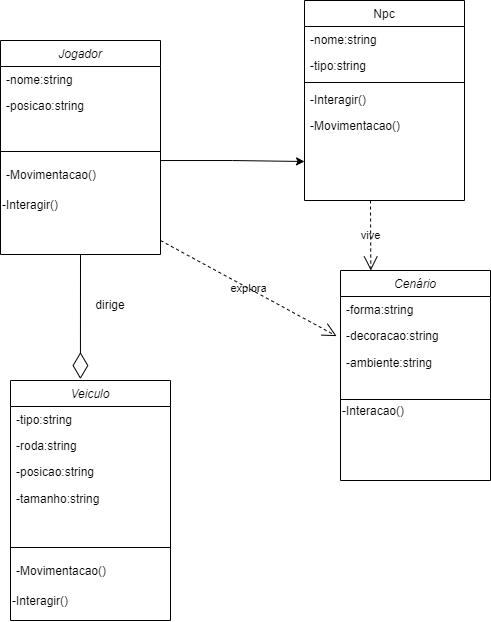
The draw.io diagram diagrama musical.drawio.png in lucasnoelgb/2jdprojetomusica, before a commit. Source tidied: cells renumbered, new cells last; positions are measured from the earlier drawing's top-left corner, leaving out a move shared by most shapes.
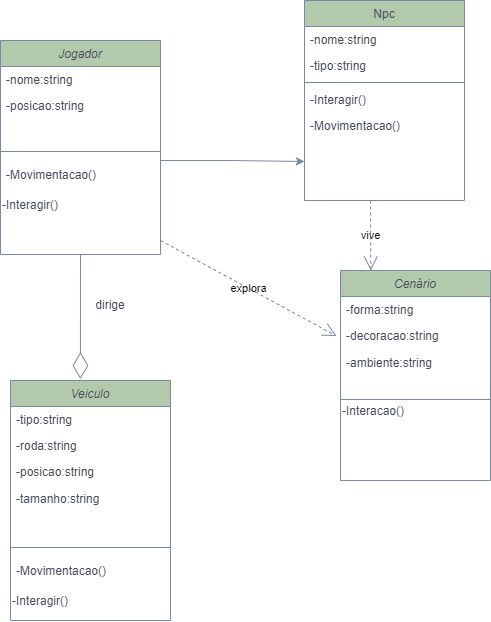
The same diagram one commit later.

Change to the diagram source:
```diff
@@ -2,7 +2,7 @@
   <root>
     <mxCell id="0" />
     <mxCell id="1" parent="0" />
-    <mxCell id="2" style="edgeStyle=orthogonalEdgeStyle;rounded=0;jettySize=auto;html=1;labelBackgroundColor=none;fontColor=default;" parent="1" edge="1" source="3">
+    <mxCell id="2" style="edgeStyle=orthogonalEdgeStyle;rounded=0;jettySize=auto;html=1;labelBackgroundColor=none;fontColor=default;strokeColor=#788AA3;" parent="1" edge="1" source="3">
       <mxGeometry relative="1" as="geometry">
         <mxPoint x="304" y="160" as="targetPoint" />
         <Array as="points">
@@ -11,101 +11,101 @@
         </Array>
       </mxGeometry>
     </mxCell>
-    <mxCell id="3" value="Jogador" style="swimlane;fontStyle=2;align=center;verticalAlign=top;horizontal=1;startSize=26;rounded=0;shadow=0;strokeWidth=1;labelBackgroundColor=none;" parent="1" vertex="1">
+    <mxCell id="3" value="Jogador" style="swimlane;fontStyle=2;align=center;verticalAlign=top;horizontal=1;startSize=26;rounded=0;shadow=0;strokeWidth=1;labelBackgroundColor=none;fillColor=#B2C9AB;strokeColor=#788AA3;fontColor=#46495D;" parent="1" vertex="1">
       <mxGeometry y="40" width="160" height="214" as="geometry" />
     </mxCell>
-    <mxCell id="4" value="-nome:string&#10;" style="text;align=left;verticalAlign=top;spacingLeft=4;spacingRight=4;overflow=hidden;labelBackgroundColor=none;" parent="3" vertex="1">
+    <mxCell id="4" value="-nome:string&#10;" style="text;align=left;verticalAlign=top;spacingLeft=4;spacingRight=4;overflow=hidden;labelBackgroundColor=none;fontColor=#46495D;" parent="3" vertex="1">
       <mxGeometry y="26" width="160" height="26" as="geometry" />
     </mxCell>
-    <mxCell id="5" value="-posicao:string" style="text;align=left;verticalAlign=top;spacingLeft=4;spacingRight=4;overflow=hidden;rounded=0;shadow=0;html=0;labelBackgroundColor=none;" parent="3" vertex="1">
+    <mxCell id="5" value="-posicao:string" style="text;align=left;verticalAlign=top;spacingLeft=4;spacingRight=4;overflow=hidden;rounded=0;shadow=0;html=0;labelBackgroundColor=none;fontColor=#46495D;" parent="3" vertex="1">
       <mxGeometry y="52" width="160" height="26" as="geometry" />
     </mxCell>
-    <mxCell id="6" style="line;html=1;strokeWidth=1;align=left;verticalAlign=middle;spacingTop=-1;spacingLeft=3;spacingRight=3;labelPosition=right;labelBackgroundColor=none;" parent="3" vertex="1">
+    <mxCell id="6" style="line;html=1;strokeWidth=1;align=left;verticalAlign=middle;spacingTop=-1;spacingLeft=3;spacingRight=3;labelPosition=right;labelBackgroundColor=none;fillColor=#B2C9AB;strokeColor=#788AA3;fontColor=#46495D;" parent="3" vertex="1">
       <mxGeometry y="78" width="160" height="66" as="geometry" />
     </mxCell>
-    <mxCell id="7" value="-Movimentacao()" style="text;align=left;verticalAlign=bottom;spacingLeft=4;spacingRight=4;overflow=hidden;labelPosition=center;verticalLabelPosition=top;labelBackgroundColor=none;" parent="3" vertex="1">
+    <mxCell id="7" value="-Movimentacao()" style="text;align=left;verticalAlign=bottom;spacingLeft=4;spacingRight=4;overflow=hidden;labelPosition=center;verticalLabelPosition=top;labelBackgroundColor=none;fontColor=#46495D;" parent="3" vertex="1">
       <mxGeometry y="144" width="160" height="30" as="geometry" />
     </mxCell>
-    <mxCell id="8" value="-Interagir()" style="text;html=1;strokeColor=none;fillColor=none;align=left;verticalAlign=bottom;whiteSpace=wrap;rounded=0;labelPosition=center;verticalLabelPosition=top;labelBackgroundColor=none;" parent="3" vertex="1">
+    <mxCell id="8" value="-Interagir()" style="text;html=1;strokeColor=none;fillColor=none;align=left;verticalAlign=bottom;whiteSpace=wrap;rounded=0;labelPosition=center;verticalLabelPosition=top;labelBackgroundColor=none;fontColor=#46495D;" parent="3" vertex="1">
       <mxGeometry y="174" width="160" height="30" as="geometry" />
     </mxCell>
-    <mxCell id="9" value="Npc" style="swimlane;fontStyle=0;align=center;verticalAlign=top;horizontal=1;startSize=26;rounded=0;shadow=0;strokeWidth=1;labelBackgroundColor=none;" parent="1" vertex="1">
+    <mxCell id="9" value="Npc" style="swimlane;fontStyle=0;align=center;verticalAlign=top;horizontal=1;startSize=26;rounded=0;shadow=0;strokeWidth=1;labelBackgroundColor=none;fillColor=#B2C9AB;strokeColor=#788AA3;fontColor=#46495D;" parent="1" vertex="1">
       <mxGeometry x="304" width="160" height="200" as="geometry" />
     </mxCell>
-    <mxCell id="10" value="-nome:string&#10;" style="text;align=left;verticalAlign=top;spacingLeft=4;spacingRight=4;overflow=hidden;labelBackgroundColor=none;" parent="9" vertex="1">
+    <mxCell id="10" value="-nome:string&#10;" style="text;align=left;verticalAlign=top;spacingLeft=4;spacingRight=4;overflow=hidden;labelBackgroundColor=none;fontColor=#46495D;" parent="9" vertex="1">
       <mxGeometry y="26" width="160" height="26" as="geometry" />
     </mxCell>
-    <mxCell id="11" value="-tipo:string" style="text;align=left;verticalAlign=top;spacingLeft=4;spacingRight=4;overflow=hidden;rounded=0;shadow=0;html=0;labelBackgroundColor=none;" parent="9" vertex="1">
+    <mxCell id="11" value="-tipo:string" style="text;align=left;verticalAlign=top;spacingLeft=4;spacingRight=4;overflow=hidden;rounded=0;shadow=0;html=0;labelBackgroundColor=none;fontColor=#46495D;" parent="9" vertex="1">
       <mxGeometry y="52" width="160" height="26" as="geometry" />
     </mxCell>
-    <mxCell id="12" style="line;html=1;strokeWidth=1;align=left;verticalAlign=middle;spacingTop=-1;spacingLeft=3;spacingRight=3;labelPosition=right;labelBackgroundColor=none;" parent="9" vertex="1">
+    <mxCell id="12" style="line;html=1;strokeWidth=1;align=left;verticalAlign=middle;spacingTop=-1;spacingLeft=3;spacingRight=3;labelPosition=right;labelBackgroundColor=none;fillColor=#B2C9AB;strokeColor=#788AA3;fontColor=#46495D;" parent="9" vertex="1">
       <mxGeometry y="78" width="160" height="8" as="geometry" />
     </mxCell>
-    <mxCell id="13" value="-Interagir()" style="text;align=left;verticalAlign=top;spacingLeft=4;spacingRight=4;overflow=hidden;labelBackgroundColor=none;" parent="9" vertex="1">
+    <mxCell id="13" value="-Interagir()" style="text;align=left;verticalAlign=top;spacingLeft=4;spacingRight=4;overflow=hidden;labelBackgroundColor=none;fontColor=#46495D;" parent="9" vertex="1">
       <mxGeometry y="86" width="160" height="26" as="geometry" />
     </mxCell>
-    <mxCell id="14" value="-Movimentacao()" style="text;align=left;verticalAlign=top;spacingLeft=4;spacingRight=4;overflow=hidden;labelBackgroundColor=none;" parent="9" vertex="1">
+    <mxCell id="14" value="-Movimentacao()" style="text;align=left;verticalAlign=top;spacingLeft=4;spacingRight=4;overflow=hidden;labelBackgroundColor=none;fontColor=#46495D;" parent="9" vertex="1">
       <mxGeometry y="112" width="160" height="26" as="geometry" />
     </mxCell>
-    <mxCell id="15" value="Cenário" style="swimlane;fontStyle=2;align=center;verticalAlign=top;horizontal=1;startSize=26;rounded=0;shadow=0;strokeWidth=1;labelBackgroundColor=none;" parent="1" vertex="1">
+    <mxCell id="15" value="Cenário" style="swimlane;fontStyle=2;align=center;verticalAlign=top;horizontal=1;startSize=26;rounded=0;shadow=0;strokeWidth=1;labelBackgroundColor=none;fillColor=#B2C9AB;strokeColor=#788AA3;fontColor=#46495D;" parent="1" vertex="1">
       <mxGeometry x="340" y="270" width="150" height="210" as="geometry" />
     </mxCell>
-    <mxCell id="16" value="-forma:string" style="text;align=left;verticalAlign=top;spacingLeft=4;spacingRight=4;overflow=hidden;labelBackgroundColor=none;" parent="15" vertex="1">
+    <mxCell id="16" value="-forma:string" style="text;align=left;verticalAlign=top;spacingLeft=4;spacingRight=4;overflow=hidden;labelBackgroundColor=none;fontColor=#46495D;" parent="15" vertex="1">
       <mxGeometry y="26" width="150" height="26" as="geometry" />
     </mxCell>
-    <mxCell id="17" value="-decoracao:string " style="text;align=left;verticalAlign=top;spacingLeft=4;spacingRight=4;overflow=hidden;points=[[0,0.5],[1,0.5]];portConstraint=eastwest;rounded=0;shadow=0;html=0;labelBackgroundColor=none;" parent="15" vertex="1">
+    <mxCell id="17" value="-decoracao:string " style="text;align=left;verticalAlign=top;spacingLeft=4;spacingRight=4;overflow=hidden;points=[[0,0.5],[1,0.5]];portConstraint=eastwest;rounded=0;shadow=0;html=0;labelBackgroundColor=none;fontColor=#46495D;" parent="15" vertex="1">
       <mxGeometry y="52" width="150" height="26" as="geometry" />
     </mxCell>
-    <mxCell id="18" value="-ambiente:string" style="text;html=1;align=left;verticalAlign=middle;strokeColor=none;fillColor=none;spacingLeft=4;labelBackgroundColor=none;" parent="15" vertex="1">
+    <mxCell id="18" value="-ambiente:string" style="text;html=1;align=left;verticalAlign=middle;strokeColor=none;fillColor=none;spacingLeft=4;labelBackgroundColor=none;fontColor=#46495D;" parent="15" vertex="1">
       <mxGeometry y="78" width="150" height="30" as="geometry" />
     </mxCell>
-    <mxCell id="19" style="edgeStyle=orthogonalEdgeStyle;rounded=0;orthogonalLoop=1;jettySize=auto;html=1;exitX=0.5;exitY=1;exitDx=0;exitDy=0;labelBackgroundColor=none;fontColor=default;" parent="15" edge="1" source="21" target="21">
+    <mxCell id="19" style="edgeStyle=orthogonalEdgeStyle;rounded=0;orthogonalLoop=1;jettySize=auto;html=1;exitX=0.5;exitY=1;exitDx=0;exitDy=0;labelBackgroundColor=none;fontColor=default;strokeColor=#788AA3;" parent="15" edge="1" source="21" target="21">
       <mxGeometry relative="1" as="geometry" />
     </mxCell>
-    <mxCell id="20" style="line;html=1;strokeWidth=1;align=left;verticalAlign=middle;spacingTop=-1;spacingLeft=3;spacingRight=3;labelPosition=right;labelBackgroundColor=none;" parent="15" vertex="1">
+    <mxCell id="20" style="line;html=1;strokeWidth=1;align=left;verticalAlign=middle;spacingTop=-1;spacingLeft=3;spacingRight=3;labelPosition=right;labelBackgroundColor=none;fillColor=#B2C9AB;strokeColor=#788AA3;fontColor=#46495D;" parent="15" vertex="1">
       <mxGeometry y="108" width="150" height="42" as="geometry" />
     </mxCell>
-    <mxCell id="21" value="-Interacao()" style="text;html=1;strokeColor=none;fillColor=none;align=left;verticalAlign=bottom;whiteSpace=wrap;rounded=0;horizontal=1;labelPosition=center;verticalLabelPosition=top;labelBackgroundColor=none;" parent="15" vertex="1">
+    <mxCell id="21" value="-Interacao()" style="text;html=1;strokeColor=none;fillColor=none;align=left;verticalAlign=bottom;whiteSpace=wrap;rounded=0;horizontal=1;labelPosition=center;verticalLabelPosition=top;labelBackgroundColor=none;fontColor=#46495D;" parent="15" vertex="1">
       <mxGeometry y="150" width="150" height="30" as="geometry" />
     </mxCell>
-    <mxCell id="22" value="Veiculo" style="swimlane;fontStyle=2;align=center;verticalAlign=top;horizontal=1;startSize=26;rounded=0;shadow=0;strokeWidth=1;labelBackgroundColor=none;" parent="1" vertex="1">
+    <mxCell id="22" value="Veiculo" style="swimlane;fontStyle=2;align=center;verticalAlign=top;horizontal=1;startSize=26;rounded=0;shadow=0;strokeWidth=1;labelBackgroundColor=none;fillColor=#B2C9AB;strokeColor=#788AA3;fontColor=#46495D;" parent="1" vertex="1">
       <mxGeometry x="10" y="380" width="160" height="240" as="geometry" />
     </mxCell>
-    <mxCell id="23" value="-tipo:string" style="text;align=left;verticalAlign=top;spacingLeft=4;spacingRight=4;overflow=hidden;labelBackgroundColor=none;" parent="22" vertex="1">
+    <mxCell id="23" value="-tipo:string" style="text;align=left;verticalAlign=top;spacingLeft=4;spacingRight=4;overflow=hidden;labelBackgroundColor=none;fontColor=#46495D;" parent="22" vertex="1">
       <mxGeometry y="26" width="160" height="26" as="geometry" />
     </mxCell>
-    <mxCell id="24" value="-roda:string" style="text;align=left;verticalAlign=top;spacingLeft=4;spacingRight=4;overflow=hidden;rounded=0;shadow=0;html=0;labelBackgroundColor=none;" parent="22" vertex="1">
+    <mxCell id="24" value="-roda:string" style="text;align=left;verticalAlign=top;spacingLeft=4;spacingRight=4;overflow=hidden;rounded=0;shadow=0;html=0;labelBackgroundColor=none;fontColor=#46495D;" parent="22" vertex="1">
       <mxGeometry y="52" width="160" height="26" as="geometry" />
     </mxCell>
-    <mxCell id="25" value="-posicao:string" style="text;align=left;verticalAlign=top;spacingLeft=4;spacingRight=4;overflow=hidden;rounded=0;shadow=0;html=0;labelBackgroundColor=none;" parent="22" vertex="1">
+    <mxCell id="25" value="-posicao:string" style="text;align=left;verticalAlign=top;spacingLeft=4;spacingRight=4;overflow=hidden;rounded=0;shadow=0;html=0;labelBackgroundColor=none;fontColor=#46495D;" parent="22" vertex="1">
       <mxGeometry y="78" width="160" height="26" as="geometry" />
     </mxCell>
-    <mxCell id="26" value="-tamanho:string" style="text;html=1;align=left;verticalAlign=middle;strokeColor=none;fillColor=none;spacingLeft=4;labelBackgroundColor=none;" parent="22" vertex="1">
+    <mxCell id="26" value="-tamanho:string" style="text;html=1;align=left;verticalAlign=middle;strokeColor=none;fillColor=none;spacingLeft=4;labelBackgroundColor=none;fontColor=#46495D;" parent="22" vertex="1">
       <mxGeometry y="104" width="160" height="30" as="geometry" />
     </mxCell>
-    <mxCell id="27" style="line;html=1;strokeWidth=1;align=left;verticalAlign=middle;spacingTop=-1;spacingLeft=3;spacingRight=3;labelPosition=right;labelBackgroundColor=none;" parent="22" vertex="1">
+    <mxCell id="27" style="line;html=1;strokeWidth=1;align=left;verticalAlign=middle;spacingTop=-1;spacingLeft=3;spacingRight=3;labelPosition=right;labelBackgroundColor=none;fillColor=#B2C9AB;strokeColor=#788AA3;fontColor=#46495D;" parent="22" vertex="1">
       <mxGeometry y="134" width="160" height="66" as="geometry" />
     </mxCell>
-    <mxCell id="28" value="-Movimentacao()" style="text;align=left;verticalAlign=bottom;spacingLeft=4;spacingRight=4;overflow=hidden;labelPosition=center;verticalLabelPosition=top;labelBackgroundColor=none;" parent="22" vertex="1">
+    <mxCell id="28" value="-Movimentacao()" style="text;align=left;verticalAlign=bottom;spacingLeft=4;spacingRight=4;overflow=hidden;labelPosition=center;verticalLabelPosition=top;labelBackgroundColor=none;fontColor=#46495D;" parent="22" vertex="1">
       <mxGeometry y="200" width="160" height="30" as="geometry" />
     </mxCell>
-    <mxCell id="29" value="-Interagir()" style="text;html=1;strokeColor=none;fillColor=none;align=left;verticalAlign=bottom;whiteSpace=wrap;rounded=0;labelPosition=center;verticalLabelPosition=top;labelBackgroundColor=none;" parent="22" vertex="1">
+    <mxCell id="29" value="-Interagir()" style="text;html=1;strokeColor=none;fillColor=none;align=left;verticalAlign=bottom;whiteSpace=wrap;rounded=0;labelPosition=center;verticalLabelPosition=top;labelBackgroundColor=none;fontColor=#46495D;" parent="22" vertex="1">
       <mxGeometry y="230" width="160" height="10" as="geometry" />
     </mxCell>
-    <mxCell id="30" value="dirige" style="text;html=1;strokeColor=none;fillColor=none;align=center;verticalAlign=middle;whiteSpace=wrap;rounded=0;labelBackgroundColor=none;" parent="1" vertex="1">
+    <mxCell id="30" value="dirige" style="text;html=1;strokeColor=none;fillColor=none;align=center;verticalAlign=middle;whiteSpace=wrap;rounded=0;labelBackgroundColor=none;fontColor=#46495D;" parent="1" vertex="1">
       <mxGeometry x="80" y="290" width="60" height="30" as="geometry" />
     </mxCell>
-    <mxCell id="31" value="explora" style="endArrow=open;endSize=12;dashed=1;html=1;rounded=0;entryX=-0.026;entryY=0.524;entryDx=0;entryDy=0;entryPerimeter=0;labelBackgroundColor=none;fontColor=default;" parent="1" edge="1" target="17">
+    <mxCell id="31" value="explora" style="endArrow=open;endSize=12;dashed=1;html=1;rounded=0;entryX=-0.026;entryY=0.524;entryDx=0;entryDy=0;entryPerimeter=0;labelBackgroundColor=none;fontColor=default;strokeColor=#788AA3;" parent="1" edge="1" target="17">
       <mxGeometry relative="1" as="geometry">
         <mxPoint x="160" y="240" as="sourcePoint" />
       </mxGeometry>
     </mxCell>
-    <mxCell id="32" value="vive" style="endArrow=open;endSize=12;dashed=1;html=1;rounded=0;entryX=0.202;entryY=0;entryDx=0;entryDy=0;entryPerimeter=0;labelBackgroundColor=none;fontColor=default;" parent="1" edge="1" target="15">
+    <mxCell id="32" value="vive" style="endArrow=open;endSize=12;dashed=1;html=1;rounded=0;entryX=0.202;entryY=0;entryDx=0;entryDy=0;entryPerimeter=0;labelBackgroundColor=none;fontColor=default;strokeColor=#788AA3;" parent="1" edge="1" target="15">
       <mxGeometry x="0.01" relative="1" as="geometry">
         <mxPoint x="370" y="200" as="sourcePoint" />
       </mxGeometry>
     </mxCell>
-    <mxCell id="33" style="endArrow=diamondThin;endFill=0;endSize=24;html=1;rounded=0;entryX=0.437;entryY=-0.006;entryDx=0;entryDy=0;entryPerimeter=0;exitX=0.5;exitY=1;exitDx=0;exitDy=0;labelBackgroundColor=none;fontColor=default;" parent="1" edge="1" source="3" target="22">
+    <mxCell id="33" style="endArrow=diamondThin;endFill=0;endSize=24;html=1;rounded=0;entryX=0.437;entryY=-0.006;entryDx=0;entryDy=0;entryPerimeter=0;exitX=0.5;exitY=1;exitDx=0;exitDy=0;labelBackgroundColor=none;fontColor=default;strokeColor=#788AA3;" parent="1" edge="1" source="3" target="22">
       <mxGeometry relative="1" as="geometry" />
     </mxCell>
   </root>
```
